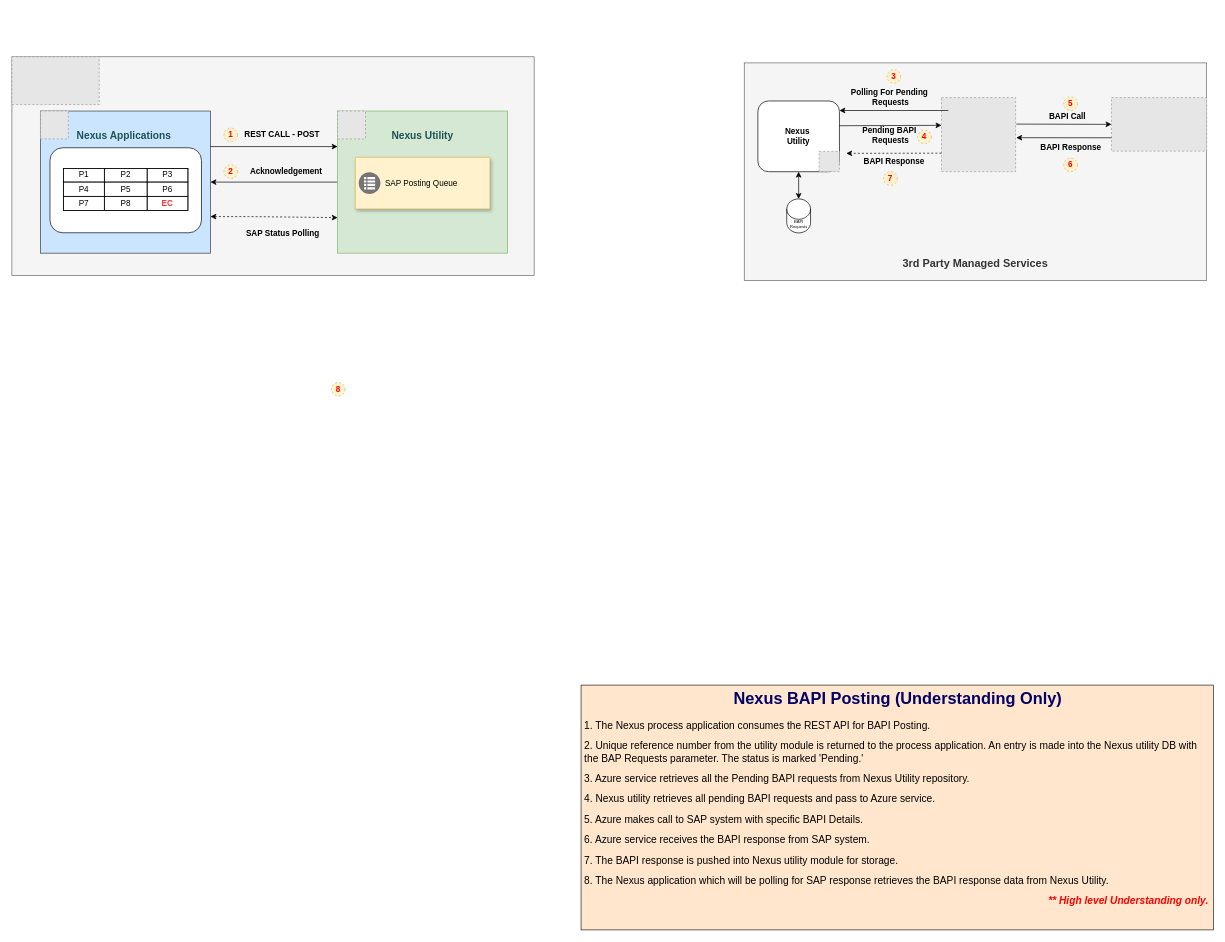
Above: page "BAPI Posting" (2 of 2) of Nexus 4.0 Consulting.drawio in karthiksm2703siemens/Nexus-4.0-Diagrams (draw.io), before the change. Source tidied: cells renumbered, new cells numbered last; positions are measured from the earlier drawing's top-left corner, leaving out a move shared by most shapes. Both pictures are drawn from the tidied source at 68%, with x=0, y=0 at pixel (12, 56). Pictures stored in the file or linked from it are replaced by grey dashed boxes.
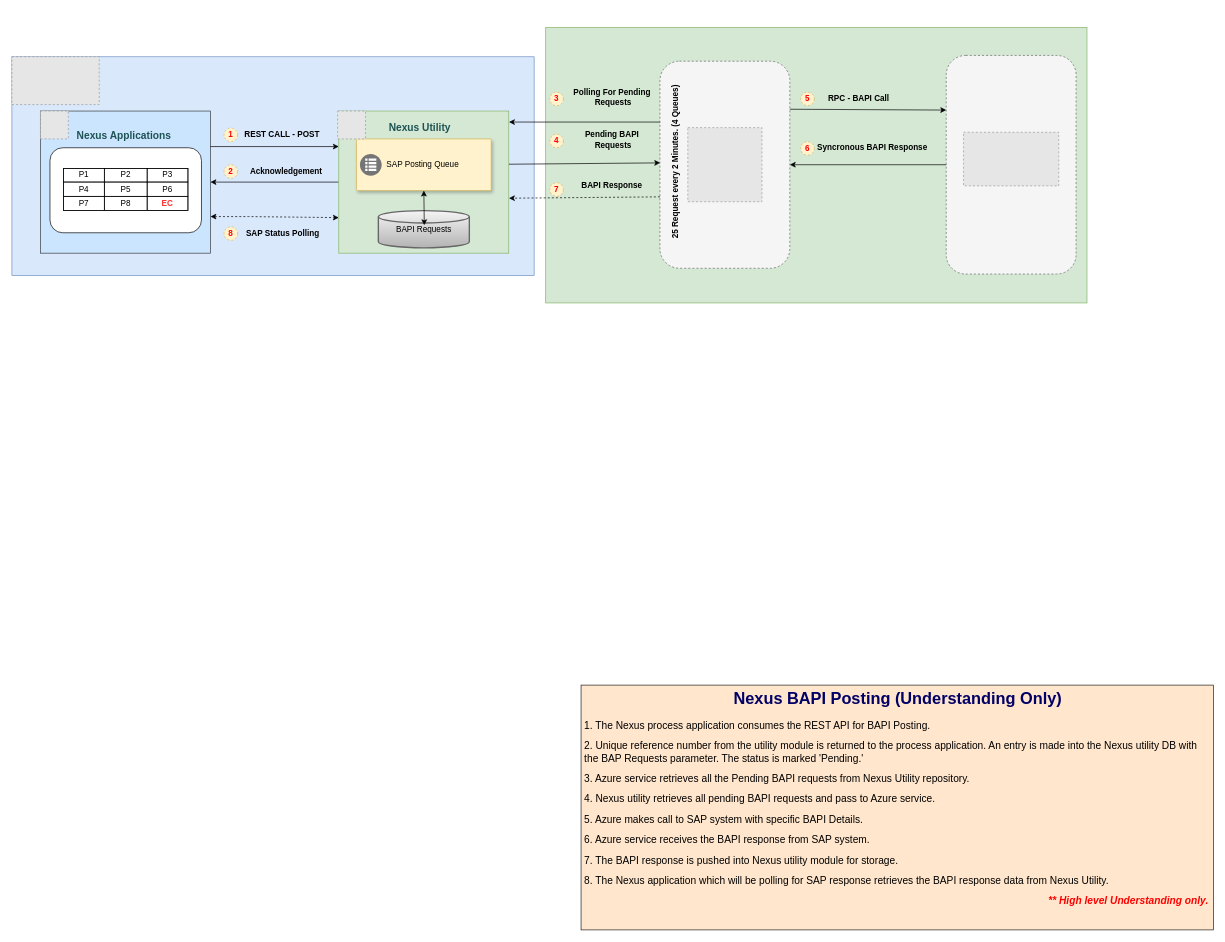
Above is the later version.

What changed in the source:
```diff
@@
-    <mxCell id="2" value="&lt;div&gt;&lt;b&gt;&lt;br&gt;&lt;/b&gt;&lt;/div&gt;&lt;div&gt;&lt;b&gt;&lt;br&gt;&lt;/b&gt;&lt;/div&gt;&lt;div&gt;&lt;b&gt;&lt;br&gt;&lt;/b&gt;&lt;/div&gt;&lt;div&gt;&lt;b&gt;&lt;br&gt;&lt;/b&gt;&lt;/div&gt;&lt;div&gt;&lt;b&gt;&lt;br&gt;&lt;/b&gt;&lt;/div&gt;&lt;div&gt;&lt;b&gt;&lt;br&gt;&lt;/b&gt;&lt;/div&gt;&lt;div&gt;&lt;b&gt;&lt;br&gt;&lt;/b&gt;&lt;/div&gt;&lt;div&gt;&lt;b&gt;&lt;br&gt;&lt;/b&gt;&lt;/div&gt;&lt;div&gt;&lt;b&gt;&lt;br&gt;&lt;/b&gt;&lt;/div&gt;&lt;div&gt;&lt;b&gt;&lt;br&gt;&lt;/b&gt;&lt;/div&gt;&lt;div&gt;&lt;b&gt;&lt;br&gt;&lt;/b&gt;&lt;/div&gt;&lt;div&gt;&lt;b&gt;&lt;br&gt;&lt;/b&gt;&lt;/div&gt;&lt;div style=&quot;font-size: 16px;&quot;&gt;&lt;b&gt;&lt;br&gt;&lt;/b&gt;&lt;/div&gt;&lt;div style=&quot;font-size: 16px;&quot;&gt;&lt;b&gt;&lt;br&gt;&lt;/b&gt;&lt;/div&gt;&lt;div style=&quot;font-size: 16px;&quot;&gt;&lt;b&gt;&lt;br&gt;&lt;/b&gt;&lt;/div&gt;&lt;div style=&quot;font-size: 16px;&quot;&gt;&lt;b&gt;&lt;br&gt;&lt;/b&gt;&lt;/div&gt;&lt;div style=&quot;font-size: 16px;&quot;&gt;&lt;b&gt;&lt;br&gt;&lt;/b&gt;&lt;/div&gt;&lt;div style=&quot;font-size: 16px;&quot;&gt;&lt;b&gt;3rd Party Managed Services&lt;/b&gt;&lt;/div&gt;" style="rounded=0;whiteSpace=wrap;html=1;fillColor=#f5f5f5;strokeColor=#666666;fontColor=#333333;" parent="1" vertex="1">
-      <mxGeometry x="1077" y="9" width="680" height="320" as="geometry" />
+    <mxCell id="2" style="rounded=0;whiteSpace=wrap;html=1;fillColor=#d5e8d4;strokeColor=#82b366;" parent="1" vertex="1">
+      <mxGeometry x="785" y="-43" width="796" height="405" as="geometry" />
     </mxCell>
-    <mxCell id="3" style="group;align=center;" parent="1" vertex="1">
-      <mxGeometry x="1097" y="65" width="120" height="104" as="geometry" />
-    </mxCell>
-    <mxCell id="4" value="Nexus&amp;nbsp;&lt;div&gt;Utility&lt;/div&gt;" style="rounded=1;whiteSpace=wrap;html=1;fontStyle=1;" parent="3" vertex="1">
-      <mxGeometry width="120" height="104" as="geometry" />
-    </mxCell>
-    <mxCell id="5" style="fillColor=#E6E6E6;strokeColor=#999999;dashed=1;verticalLabelPosition=bottom;labelBackgroundColor=default;verticalAlign=top;" parent="3" vertex="1">
-      <mxGeometry x="90" y="74" width="30" height="30" as="geometry" />
-    </mxCell>
-    <mxCell id="6" style="fillColor=#E6E6E6;strokeColor=#999999;dashed=1;verticalLabelPosition=bottom;labelBackgroundColor=default;verticalAlign=top;" parent="1" vertex="1">
-      <mxGeometry x="1367" y="60" width="109" height="109" as="geometry" />
-    </mxCell>
-    <mxCell id="7" value="BAPI Requests" style="shape=cylinder3;whiteSpace=wrap;html=1;boundedLbl=1;backgroundOutline=1;size=15;fontSize=6;" parent="1" vertex="1">
-      <mxGeometry x="1139.5" y="209" width="35" height="50" as="geometry" />
-    </mxCell>
-    <mxCell id="8" style="endArrow=classic;startArrow=classic;html=1;rounded=0;exitX=0.5;exitY=0;exitDx=0;exitDy=0;exitPerimeter=0;" parent="1" edge="1" source="7">
-      <mxGeometry relative="1" as="geometry">
-        <mxPoint x="1157" y="169" as="targetPoint" />
-      </mxGeometry>
-    </mxCell>
-    <mxCell id="9" style="endArrow=classic;html=1;rounded=0;" parent="1" edge="1">
-      <mxGeometry relative="1" as="geometry">
-        <mxPoint x="1377" y="79" as="sourcePoint" />
-        <mxPoint x="1217" y="79" as="targetPoint" />
-      </mxGeometry>
-    </mxCell>
     <mxCell id="10" value="Polling For Pending&amp;nbsp;&lt;div&gt;Requests&lt;/div&gt;" style="text;html=1;align=center;verticalAlign=middle;strokeColor=none;fillColor=none;fontStyle=1;" parent="1" vertex="1">
-      <mxGeometry x="1227" y="39" width="130" height="40" as="geometry" />
+      <mxGeometry x="819" y="39.8" width="130" height="40" as="geometry" />
     </mxCell>
-    <mxCell id="11" style="endArrow=classic;html=1;rounded=0;entryX=-0.06;entryY=0.647;entryDx=0;entryDy=0;entryPerimeter=0;exitX=1;exitY=0.35;exitDx=0;exitDy=0;exitPerimeter=0;" parent="1" edge="1" source="4">
-      <mxGeometry relative="1" as="geometry">
-        <mxPoint x="1367" y="100.8" as="targetPoint" />
-      </mxGeometry>
-    </mxCell>
     <mxCell id="12" value="Pending BAPI&amp;nbsp;&lt;div&gt;Requests&lt;/div&gt;" style="text;html=1;align=center;verticalAlign=middle;strokeColor=none;fillColor=none;fontStyle=1;" parent="1" vertex="1">
-      <mxGeometry x="1242" y="95" width="100" height="40" as="geometry" />
+      <mxGeometry x="834" y="102" width="100" height="40" as="geometry" />
     </mxCell>
-    <mxCell id="13" style="fillColor=#E6E6E6;strokeColor=#999999;dashed=1;verticalLabelPosition=bottom;labelBackgroundColor=default;verticalAlign=top;" parent="1" vertex="1">
-      <mxGeometry x="1617" y="60" width="140" height="78.8" as="geometry" />
-    </mxCell>
-    <mxCell id="14" value="BAPI Call" style="text;html=1;align=center;verticalAlign=middle;strokeColor=none;fillColor=none;fontStyle=1;" parent="1" vertex="1">
-      <mxGeometry x="1517" y="73" width="70" height="30" as="geometry" />
+    <mxCell id="14" value="RPC -&amp;nbsp;&lt;span style=&quot;background-color: initial;&quot;&gt;BAPI Call&lt;/span&gt;" style="text;html=1;align=center;verticalAlign=middle;strokeColor=none;fillColor=none;fontStyle=1;" parent="1" vertex="1">
+      <mxGeometry x="1192" y="49" width="105" height="26" as="geometry" />
     </mxCell>
-    <mxCell id="15" style="endArrow=classic;html=1;rounded=0;entryX=0;entryY=0.5;entryDx=0;entryDy=0;" parent="1" edge="1" target="13">
-      <mxGeometry relative="1" as="geometry">
-        <mxPoint x="1477" y="99" as="sourcePoint" />
-      </mxGeometry>
+    <mxCell id="15" style="endArrow=classic;html=1;rounded=0;exitX=0.996;exitY=0.232;exitDx=0;exitDy=0;exitPerimeter=0;entryX=0;entryY=0.25;entryDx=0;entryDy=0;" parent="1" edge="1" source="60" target="63">
+      <mxGeometry relative="1" as="geometry" />
     </mxCell>
-    <mxCell id="16" style="endArrow=classic;html=1;rounded=0;exitX=0;exitY=0.75;exitDx=0;exitDy=0;" parent="1" edge="1" source="13">
-      <mxGeometry relative="1" as="geometry">
-        <mxPoint x="1477" y="119" as="targetPoint" />
-      </mxGeometry>
-    </mxCell>
-    <mxCell id="17" value="BAPI Response" style="text;html=1;align=center;verticalAlign=middle;strokeColor=none;fillColor=none;fontStyle=1;" parent="1" vertex="1">
-      <mxGeometry x="1502" y="119" width="110" height="30" as="geometry" />
+    <mxCell id="17" value="Syncronous BAPI Response" style="text;html=1;align=center;verticalAlign=middle;strokeColor=none;fillColor=none;fontStyle=1;" parent="1" vertex="1">
+      <mxGeometry x="1180" y="120.8" width="169" height="26" as="geometry" />
     </mxCell>
-    <mxCell id="18" style="endArrow=classic;html=1;rounded=0;exitX=0;exitY=0.75;exitDx=0;exitDy=0;dashed=1;" parent="1" edge="1" source="6">
-      <mxGeometry relative="1" as="geometry">
-        <mxPoint x="1227" y="142" as="targetPoint" />
-      </mxGeometry>
-    </mxCell>
     <mxCell id="19" value="BAPI Response" style="text;html=1;align=center;verticalAlign=middle;strokeColor=none;fillColor=none;fontStyle=1;" parent="1" vertex="1">
-      <mxGeometry x="1242" y="139" width="110" height="30" as="geometry" />
+      <mxGeometry x="827" y="175.2" width="110" height="30" as="geometry" />
     </mxCell>
     <mxCell id="20" value="3" style="ellipse;whiteSpace=wrap;html=1;fontStyle=1;dashed=1;fillColor=#fff2cc;strokeColor=#d6b656;fontColor=#FF0000;" parent="1" vertex="1">
-      <mxGeometry x="1287" y="19" width="20" height="20" as="geometry" />
+      <mxGeometry x="791" y="52" width="20" height="20" as="geometry" />
     </mxCell>
     <mxCell id="21" value="4" style="ellipse;whiteSpace=wrap;html=1;fontStyle=1;dashed=1;fillColor=#fff2cc;strokeColor=#d6b656;fontColor=#FF0000;" parent="1" vertex="1">
-      <mxGeometry x="1332" y="108" width="20" height="20" as="geometry" />
+      <mxGeometry x="791" y="113.8" width="20" height="20" as="geometry" />
     </mxCell>
     <mxCell id="22" value="5" style="ellipse;whiteSpace=wrap;html=1;fontStyle=1;dashed=1;fillColor=#fff2cc;strokeColor=#d6b656;fontColor=#FF0000;" parent="1" vertex="1">
-      <mxGeometry x="1547" y="59" width="20" height="20" as="geometry" />
+      <mxGeometry x="1160" y="52" width="20" height="20" as="geometry" />
     </mxCell>
     <mxCell id="23" value="6" style="ellipse;whiteSpace=wrap;html=1;fontStyle=1;dashed=1;fillColor=#fff2cc;strokeColor=#d6b656;fontColor=#FF0000;" parent="1" vertex="1">
-      <mxGeometry x="1547" y="149" width="20" height="20" as="geometry" />
+      <mxGeometry x="1160" y="124.8" width="20" height="20" as="geometry" />
     </mxCell>
     <mxCell id="24" value="7" style="ellipse;whiteSpace=wrap;html=1;fontStyle=1;dashed=1;fillColor=#fff2cc;strokeColor=#d6b656;fontColor=#FF0000;" parent="1" vertex="1">
-      <mxGeometry x="1282" y="169" width="20" height="20" as="geometry" />
+      <mxGeometry x="791" y="185.2" width="20" height="20" as="geometry" />
     </mxCell>
-    <mxCell id="25" value="8" style="ellipse;whiteSpace=wrap;html=1;fontStyle=1;dashed=1;fillColor=#fff2cc;strokeColor=#d6b656;fontColor=#FF0000;" parent="1" vertex="1">
-      <mxGeometry x="470" y="479" width="20" height="20" as="geometry" />
-    </mxCell>
@@
-    <mxCell id="27" style="whiteSpace=wrap;html=1;fillColor=#f5f5f5;fontColor=#333333;strokeColor=#666666;" parent="1" vertex="1">
+    <mxCell id="27" style="whiteSpace=wrap;html=1;fillColor=#dae8fc;strokeColor=#6c8ebf;" parent="1" vertex="1">
       <mxGeometry width="768" height="321.5" as="geometry" />
     </mxCell>
@@
     <mxCell id="50" value="&lt;div&gt;&lt;br&gt;&lt;/div&gt;" style="rounded=0;whiteSpace=wrap;html=1;fillColor=#d5e8d4;strokeColor=#82b366;" parent="1" vertex="1">
-      <mxGeometry x="479" y="79.8" width="250" height="209" as="geometry" />
+      <mxGeometry x="480.7" y="79.8" width="250" height="209" as="geometry" />
     </mxCell>
     <mxCell id="51" value="Nexus Utility" style="text;strokeColor=none;align=center;fillColor=none;html=1;verticalAlign=middle;whiteSpace=wrap;rounded=0;fontFamily=Helvetica;fontSize=15;fontStyle=1;fontColor=#1d5253;" parent="1" vertex="1">
-      <mxGeometry x="532" y="99.8" width="144" height="30" as="geometry" />
+      <mxGeometry x="528" y="89" width="144" height="30" as="geometry" />
     </mxCell>
     <mxCell id="52" style="strokeColor=#d6b656;shadow=1;strokeWidth=1;rounded=1;absoluteArcSize=1;arcSize=2;fillColor=#fff2cc;" parent="1" vertex="1">
-      <mxGeometry x="505" y="147.8" width="198" height="76" as="geometry" />
+      <mxGeometry x="506.8" y="120.8" width="198" height="76" as="geometry" />
     </mxCell>
@@
+    <mxCell id="7" value="BAPI Requests" style="strokeWidth=2;html=1;shape=mxgraph.flowchart.database;whiteSpace=wrap;fillColor=#f5f5f5;strokeColor=#666666;gradientColor=#b3b3b3;" parent="1" vertex="1">
+      <mxGeometry x="538.9" y="226.2" width="133.8" height="54.8" as="geometry" />
+    </mxCell>
+    <mxCell id="59" style="endArrow=classic;startArrow=classic;html=1;rounded=0;exitX=0.505;exitY=0.392;exitDx=0;exitDy=0;exitPerimeter=0;entryX=0.5;entryY=1;entryDx=0;entryDy=0;" parent="1" edge="1" source="7" target="52">
+      <mxGeometry relative="1" as="geometry" />
+    </mxCell>
+    <mxCell id="60" style="whiteSpace=wrap;html=1;rounded=1;dashed=1;fillColor=#f5f5f5;fontColor=#333333;strokeColor=#666666;" parent="1" vertex="1">
+      <mxGeometry x="953" y="6.5" width="191" height="304.5" as="geometry" />
+    </mxCell>
+    <mxCell id="61" style="fillColor=#E6E6E6;strokeColor=#999999;dashed=1;verticalLabelPosition=bottom;labelBackgroundColor=default;verticalAlign=top;" parent="1" vertex="1">
+      <mxGeometry x="994" y="104.2" width="109" height="109" as="geometry" />
+    </mxCell>
+    <mxCell id="9" style="endArrow=classic;html=1;rounded=0;" parent="1" edge="1">
+      <mxGeometry relative="1" as="geometry">
+        <mxPoint x="953" y="96" as="sourcePoint" />
+        <mxPoint x="731" y="96" as="targetPoint" />
+      </mxGeometry>
+    </mxCell>
+    <mxCell id="18" style="endArrow=classic;html=1;rounded=0;entryX=0.002;entryY=0.491;entryDx=0;entryDy=0;entryPerimeter=0;" parent="1" edge="1" target="60">
+      <mxGeometry relative="1" as="geometry">
+        <mxPoint x="731" y="158" as="sourcePoint" />
+      </mxGeometry>
+    </mxCell>
+    <mxCell id="62" value="25 Request every 2 Minutes. (4 Queues&lt;span style=&quot;background-color: initial;&quot;&gt;)&lt;/span&gt;" style="text;strokeColor=none;align=center;fillColor=none;html=1;verticalAlign=middle;whiteSpace=wrap;rounded=0;rotation=270;fontStyle=1;" parent="1" vertex="1">
+      <mxGeometry x="755" y="137" width="441" height="35" as="geometry" />
+    </mxCell>
+    <mxCell id="63" style="whiteSpace=wrap;html=1;rounded=1;dashed=1;fillColor=#f5f5f5;fontColor=#333333;strokeColor=#666666;" parent="1" vertex="1">
+      <mxGeometry x="1374" y="-2" width="191" height="321.5" as="geometry" />
+    </mxCell>
+    <mxCell id="64" style="fillColor=#E6E6E6;strokeColor=#999999;dashed=1;verticalLabelPosition=bottom;labelBackgroundColor=default;verticalAlign=top;" parent="1" vertex="1">
+      <mxGeometry x="1399.5" y="111" width="140" height="78.8" as="geometry" />
+    </mxCell>
+    <mxCell id="65" style="endArrow=classic;html=1;rounded=0;entryX=1;entryY=0.5;entryDx=0;entryDy=0;exitX=0;exitY=0.5;exitDx=0;exitDy=0;" parent="1" edge="1" source="63" target="60">
+      <mxGeometry relative="1" as="geometry" />
+    </mxCell>
+    <mxCell id="66" style="endArrow=classic;html=1;rounded=0;dashed=1;" parent="1" edge="1">
+      <mxGeometry relative="1" as="geometry">
+        <mxPoint x="953" y="206" as="sourcePoint" />
+        <mxPoint x="731" y="208" as="targetPoint" />
+      </mxGeometry>
+    </mxCell>
+    <mxCell id="25" value="8" style="ellipse;whiteSpace=wrap;html=1;fontStyle=1;dashed=1;fillColor=#fff2cc;strokeColor=#d6b656;fontColor=#FF0000;" parent="1" vertex="1">
+      <mxGeometry x="312" y="250" width="20" height="20" as="geometry" />
+    </mxCell>
```
